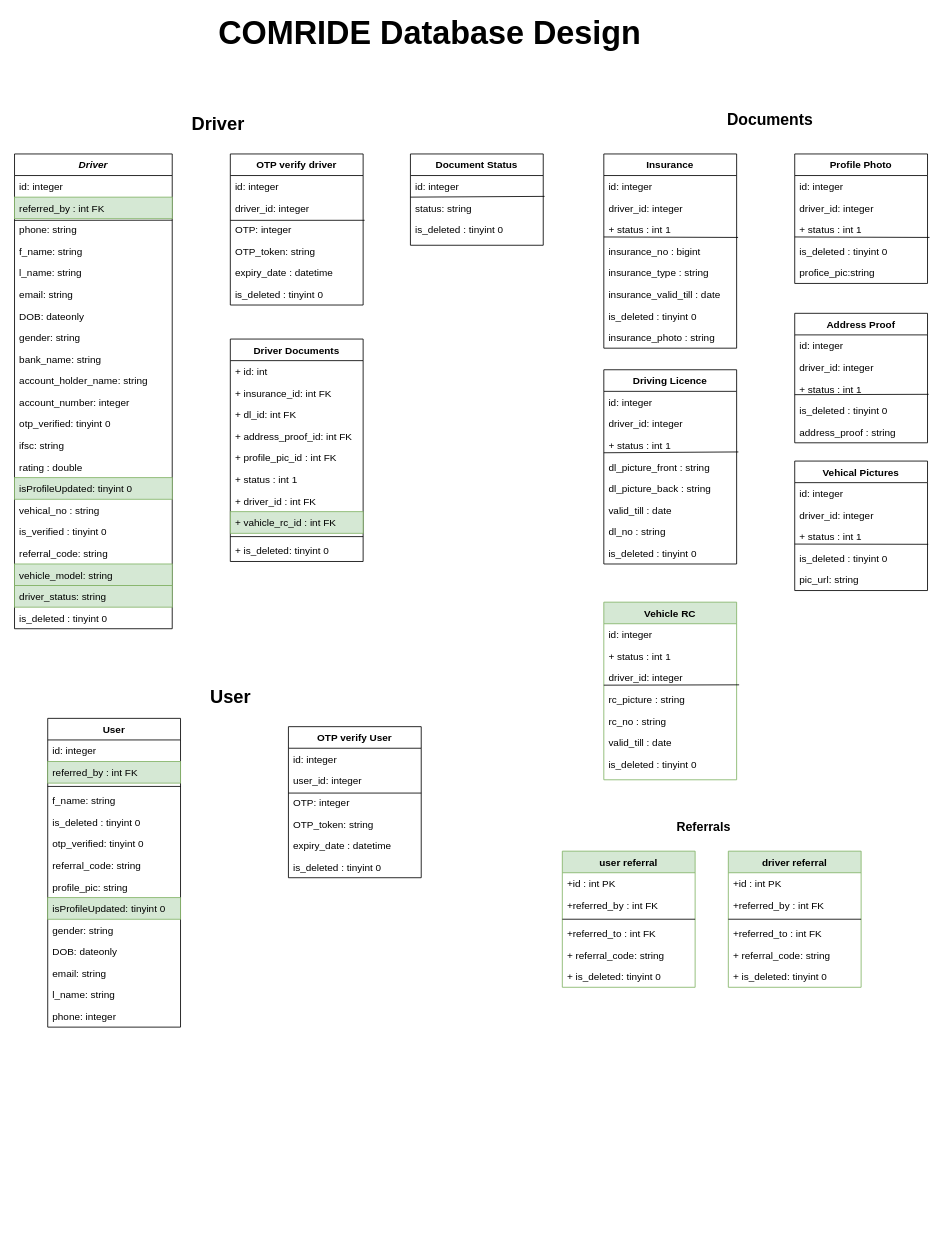
Earlier version of the draw.io diagram comride_db_design.drawio (rajarshi1/ride-app). Source tidied: cells renumbered, new cells numbered last; positions are measured from the earlier drawing's top-left corner, leaving out a move shared by most shapes. Both pictures are drawn from the tidied source at 83%, with x=0, y=0 at pixel (14, 21).
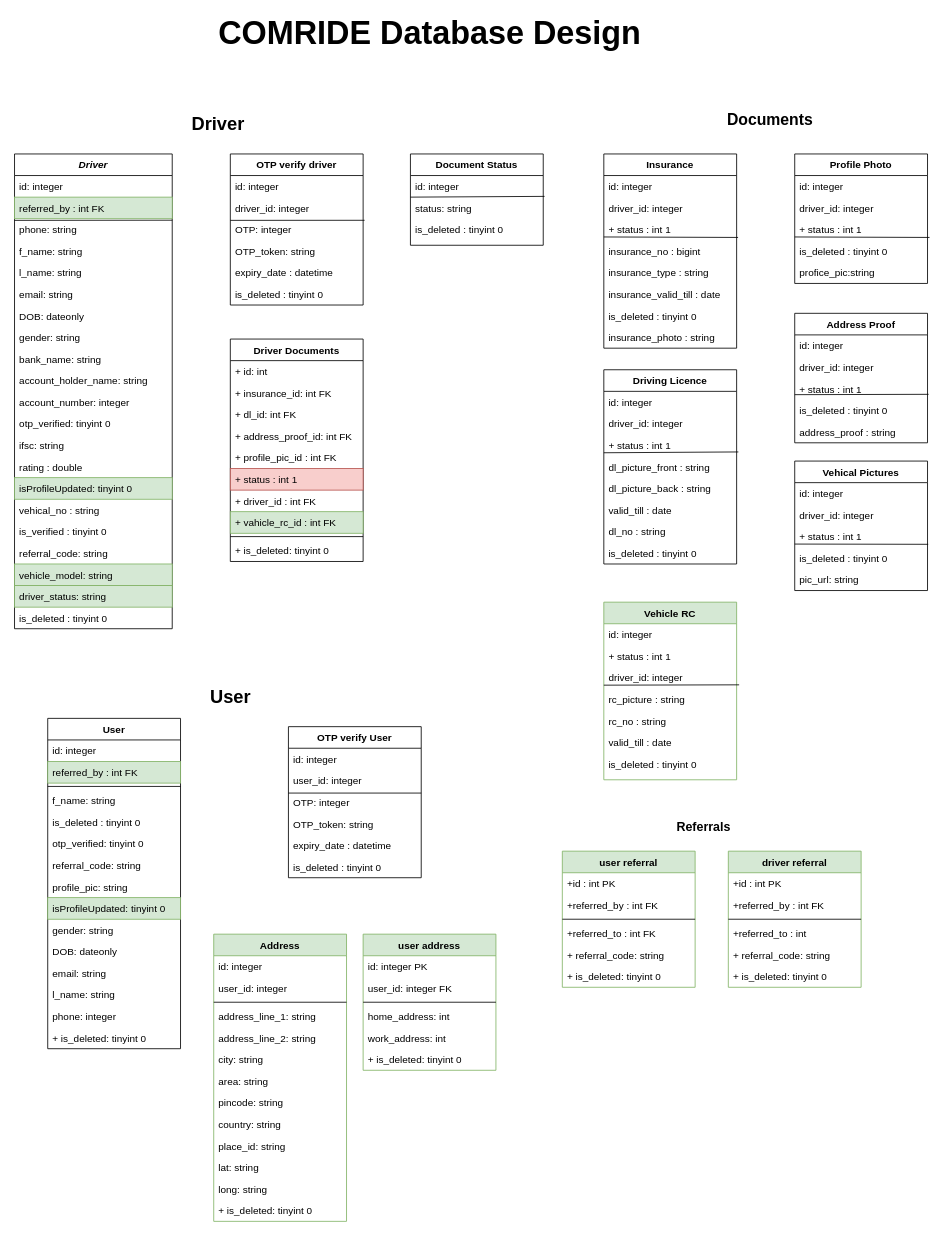
After the change.

Commit message (it also covers changes not shown here):
user address apis created

The change refers to these unchanged cells:
```xml
<mxCell id="43" value="Driver Documents" style="swimlane;fontStyle=1;align=center;verticalAlign=top;horizontal=1;startSize=26;fontSize=12;" parent="1" vertex="1">
  <mxGeometry x="260" y="383" width="160" height="268" as="geometry" />
</mxCell>
<mxCell id="133" value="driver referral" style="swimlane;fontStyle=1;align=center;verticalAlign=top;horizontal=1;startSize=26;fillColor=#d5e8d4;strokeColor=#82b366;" parent="1" vertex="1">
  <mxGeometry x="860" y="1000" width="160" height="164" as="geometry" />
</mxCell>
```

The edit, as a diff of the source:
```diff
@@
-    <mxCell id="49" value="+ status : int 1" style="text;align=left;verticalAlign=top;spacingLeft=4;spacingRight=4;overflow=hidden;" parent="43" vertex="1">
+    <mxCell id="49" value="+ status : int 1" style="text;align=left;verticalAlign=top;spacingLeft=4;spacingRight=4;overflow=hidden;fillColor=#f8cecc;strokeColor=#b85450;" parent="43" vertex="1">
       <mxGeometry y="156" width="160" height="26" as="geometry" />
     </mxCell>
@@
     <mxCell id="111" value="User" style="swimlane;fontStyle=1;align=center;verticalAlign=top;horizontal=1;startSize=26;" parent="1" vertex="1">
-      <mxGeometry x="40" y="840" width="160" height="372" as="geometry" />
+      <mxGeometry x="40" y="840" width="160" height="398" as="geometry" />
     </mxCell>
@@
+    <mxCell id="141" value="+ is_deleted: tinyint 0" style="text;strokeColor=none;fillColor=none;align=left;verticalAlign=top;spacingLeft=4;spacingRight=4;overflow=hidden;" parent="111" vertex="1">
+      <mxGeometry y="372" width="160" height="26" as="geometry" />
+    </mxCell>
@@
-    <mxCell id="137" value="+referred_to : int FK" style="text;strokeColor=none;fillColor=none;align=left;verticalAlign=top;spacingLeft=4;spacingRight=4;overflow=hidden;" parent="133" vertex="1">
+    <mxCell id="137" value="+referred_to : int " style="text;strokeColor=none;fillColor=none;align=left;verticalAlign=top;spacingLeft=4;spacingRight=4;overflow=hidden;" parent="133" vertex="1">
       <mxGeometry y="86" width="160" height="26" as="geometry" />
     </mxCell>
@@
+    <mxCell id="142" value="Address&#10;" style="swimlane;fontStyle=1;align=center;verticalAlign=top;horizontal=1;startSize=26;fillColor=#d5e8d4;strokeColor=#82b366;" parent="1" vertex="1">
+      <mxGeometry x="240" y="1100" width="160" height="346" as="geometry" />
+    </mxCell>
+    <mxCell id="143" value="id: integer " style="text;strokeColor=none;fillColor=none;align=left;verticalAlign=top;spacingLeft=4;spacingRight=4;overflow=hidden;" parent="142" vertex="1">
+      <mxGeometry y="26" width="160" height="26" as="geometry" />
+    </mxCell>
+    <mxCell id="144" value="user_id: integer " style="text;strokeColor=none;fillColor=none;align=left;verticalAlign=top;spacingLeft=4;spacingRight=4;overflow=hidden;" parent="142" vertex="1">
+      <mxGeometry y="52" width="160" height="26" as="geometry" />
+    </mxCell>
+    <mxCell id="145" style="line;strokeWidth=1;fillColor=none;align=left;verticalAlign=middle;spacingTop=-1;spacingLeft=3;spacingRight=3;labelPosition=right;" parent="142" vertex="1">
+      <mxGeometry y="78" width="160" height="8" as="geometry" />
+    </mxCell>
+    <mxCell id="146" value="address_line_1: string&#10;" style="text;strokeColor=none;fillColor=none;align=left;verticalAlign=top;spacingLeft=4;spacingRight=4;overflow=hidden;" parent="142" vertex="1">
+      <mxGeometry y="86" width="160" height="26" as="geometry" />
+    </mxCell>
+    <mxCell id="147" value="address_line_2: string&#10;" style="text;strokeColor=none;fillColor=none;align=left;verticalAlign=top;spacingLeft=4;spacingRight=4;overflow=hidden;" parent="142" vertex="1">
+      <mxGeometry y="112" width="160" height="26" as="geometry" />
+    </mxCell>
+    <mxCell id="148" value="city: string&#10;" style="text;strokeColor=none;fillColor=none;align=left;verticalAlign=top;spacingLeft=4;spacingRight=4;overflow=hidden;" parent="142" vertex="1">
+      <mxGeometry y="138" width="160" height="26" as="geometry" />
+    </mxCell>
+    <mxCell id="149" value="area: string&#10;" style="text;strokeColor=none;fillColor=none;align=left;verticalAlign=top;spacingLeft=4;spacingRight=4;overflow=hidden;" parent="142" vertex="1">
+      <mxGeometry y="164" width="160" height="26" as="geometry" />
+    </mxCell>
+    <mxCell id="150" value="pincode: string&#10;" style="text;strokeColor=none;fillColor=none;align=left;verticalAlign=top;spacingLeft=4;spacingRight=4;overflow=hidden;" parent="142" vertex="1">
+      <mxGeometry y="190" width="160" height="26" as="geometry" />
+    </mxCell>
+    <mxCell id="151" value="country: string&#10;&#10;" style="text;strokeColor=none;fillColor=none;align=left;verticalAlign=top;spacingLeft=4;spacingRight=4;overflow=hidden;" parent="142" vertex="1">
+      <mxGeometry y="216" width="160" height="26" as="geometry" />
+    </mxCell>
+    <mxCell id="152" value="place_id: string&#10;&#10;" style="text;strokeColor=none;fillColor=none;align=left;verticalAlign=top;spacingLeft=4;spacingRight=4;overflow=hidden;" parent="142" vertex="1">
+      <mxGeometry y="242" width="160" height="26" as="geometry" />
+    </mxCell>
+    <mxCell id="153" value="lat: string&#10;&#10;" style="text;strokeColor=none;fillColor=none;align=left;verticalAlign=top;spacingLeft=4;spacingRight=4;overflow=hidden;" parent="142" vertex="1">
+      <mxGeometry y="268" width="160" height="26" as="geometry" />
+    </mxCell>
+    <mxCell id="154" value="long: string&#10;&#10;" style="text;strokeColor=none;fillColor=none;align=left;verticalAlign=top;spacingLeft=4;spacingRight=4;overflow=hidden;" parent="142" vertex="1">
+      <mxGeometry y="294" width="160" height="26" as="geometry" />
+    </mxCell>
+    <mxCell id="155" value="+ is_deleted: tinyint 0" style="text;strokeColor=none;fillColor=none;align=left;verticalAlign=top;spacingLeft=4;spacingRight=4;overflow=hidden;" parent="142" vertex="1">
+      <mxGeometry y="320" width="160" height="26" as="geometry" />
+    </mxCell>
+    <mxCell id="156" value="user address" style="swimlane;fontStyle=1;align=center;verticalAlign=top;horizontal=1;startSize=26;fillColor=#d5e8d4;strokeColor=#82b366;" parent="1" vertex="1">
+      <mxGeometry x="420" y="1100" width="160" height="164" as="geometry" />
+    </mxCell>
+    <mxCell id="157" value="id: integer PK" style="text;strokeColor=none;fillColor=none;align=left;verticalAlign=top;spacingLeft=4;spacingRight=4;overflow=hidden;" parent="156" vertex="1">
+      <mxGeometry y="26" width="160" height="26" as="geometry" />
+    </mxCell>
+    <mxCell id="158" value="user_id: integer FK" style="text;strokeColor=none;fillColor=none;align=left;verticalAlign=top;spacingLeft=4;spacingRight=4;overflow=hidden;" parent="156" vertex="1">
+      <mxGeometry y="52" width="160" height="26" as="geometry" />
+    </mxCell>
+    <mxCell id="159" style="line;strokeWidth=1;fillColor=none;align=left;verticalAlign=middle;spacingTop=-1;spacingLeft=3;spacingRight=3;labelPosition=right;" parent="156" vertex="1">
+      <mxGeometry y="78" width="160" height="8" as="geometry" />
+    </mxCell>
+    <mxCell id="160" value="home_address: int" style="text;strokeColor=none;fillColor=none;align=left;verticalAlign=top;spacingLeft=4;spacingRight=4;overflow=hidden;" parent="156" vertex="1">
+      <mxGeometry y="86" width="160" height="26" as="geometry" />
+    </mxCell>
+    <mxCell id="161" value="work_address: int" style="text;strokeColor=none;fillColor=none;align=left;verticalAlign=top;spacingLeft=4;spacingRight=4;overflow=hidden;" parent="156" vertex="1">
+      <mxGeometry y="112" width="160" height="26" as="geometry" />
+    </mxCell>
+    <mxCell id="162" value="+ is_deleted: tinyint 0" style="text;strokeColor=none;fillColor=none;align=left;verticalAlign=top;spacingLeft=4;spacingRight=4;overflow=hidden;" parent="156" vertex="1">
+      <mxGeometry y="138" width="160" height="26" as="geometry" />
+    </mxCell>
```
